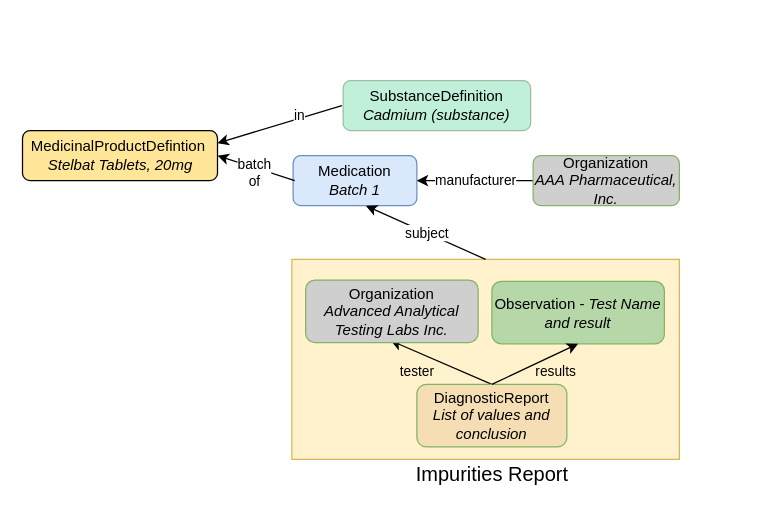
Earlier version of the draw.io diagram input/images-source/impurities_FHIR_resources.drawio (HL7/uv-dx-pq). Source tidied: cells renumbered, new cells numbered last; positions are measured from the earlier drawing's top-left corner, leaving out a move shared by most shapes. Both pictures are drawn from the tidied source at 125%, with x=0, y=0 at pixel (21, 80).
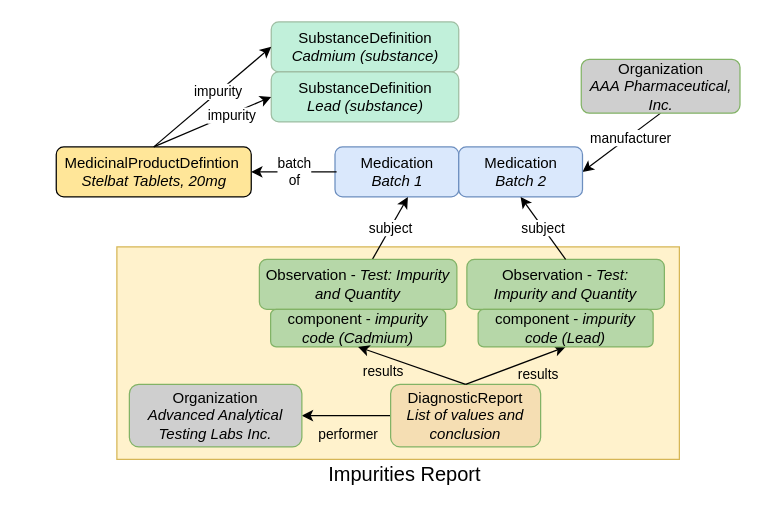
After the change.

Change to the diagram source:
```diff
@@
     <mxCell id="2" style="rounded=0;whiteSpace=wrap;html=1;fillColor=#fff2cc;strokeColor=#d6b656;" parent="1" vertex="1">
-      <mxGeometry x="216" y="143" width="310" height="160" as="geometry" />
+      <mxGeometry x="76" y="133" width="450" height="170" as="geometry" />
     </mxCell>
-    <mxCell id="3" value="tester" style="endArrow=classic;html=1;rounded=0;exitX=0.5;exitY=0;exitDx=0;exitDy=0;entryX=0.5;entryY=1;entryDx=0;entryDy=0;labelBackgroundColor=none;" parent="1" edge="1" source="5">
-      <mxGeometry x="0.34" y="15" relative="1" as="geometry">
-        <mxPoint x="295" y="208" as="targetPoint" />
-      </mxGeometry>
+    <mxCell id="3" value="performer" style="endArrow=classic;html=1;rounded=0;exitX=0;exitY=0.5;exitDx=0;exitDy=0;entryX=1;entryY=0.5;entryDx=0;entryDy=0;labelBackgroundColor=none;" parent="1" edge="1" source="5" target="16">
+      <mxGeometry x="-0.03" y="15" relative="1" as="geometry" />
     </mxCell>
     <mxCell id="4" value="MedicinalProductDefintion&amp;nbsp;&lt;br&gt;&lt;i style=&quot;border-color: var(--border-color);&quot;&gt;Stelbat Tablets, 20mg&lt;/i&gt;" style="rounded=1;whiteSpace=wrap;html=1;fontSize=12;glass=0;strokeWidth=1;shadow=0;fillColor=#ffe699;" parent="1" vertex="1">
-      <mxGeometry x="0.5" y="40" width="156" height="40" as="geometry" />
+      <mxGeometry x="27.5" y="53" width="156" height="40" as="geometry" />
     </mxCell>
     <mxCell id="5" value="DiagnosticReport&lt;br&gt;&lt;i&gt;List of values and conclusion&lt;/i&gt;" style="rounded=1;whiteSpace=wrap;html=1;fontSize=12;glass=0;strokeWidth=1;shadow=0;fillColor=#F5DEB3;strokeColor=#82b366;" parent="1" vertex="1">
-      <mxGeometry x="316" y="243" width="120" height="50" as="geometry" />
+      <mxGeometry x="295" y="243" width="120" height="50" as="geometry" />
     </mxCell>
     <mxCell id="6" value="Medication&lt;br&gt;&lt;i&gt;Batch 1&lt;/i&gt;" style="rounded=1;whiteSpace=wrap;html=1;fontSize=12;glass=0;strokeWidth=1;shadow=0;fillColor=#dae8fc;strokeColor=#6c8ebf;" parent="1" vertex="1">
-      <mxGeometry x="217" y="60" width="99" height="40" as="geometry" />
+      <mxGeometry x="250.5" y="53" width="99" height="40" as="geometry" />
     </mxCell>
@@
-    <mxCell id="9" value="subject" style="endArrow=classic;html=1;rounded=0;entryX=0.589;entryY=1.005;entryDx=0;entryDy=0;exitX=0.5;exitY=0;exitDx=0;exitDy=0;entryPerimeter=0;" parent="1" edge="1" source="2" target="6">
+    <mxCell id="9" value="subject" style="endArrow=classic;html=1;rounded=0;entryX=0.589;entryY=1.005;entryDx=0;entryDy=0;entryPerimeter=0;" parent="1" edge="1" source="20" target="6">
       <mxGeometry relative="1" as="geometry" />
     </mxCell>
-    <mxCell id="10" value="Observation - &lt;i&gt;Test Name and result&lt;/i&gt;" style="rounded=1;whiteSpace=wrap;html=1;fontSize=12;glass=0;strokeWidth=1;shadow=0;fillColor=#b6d7a8;strokeColor=#82b366;" parent="1" vertex="1">
-      <mxGeometry x="376" y="160.5" width="138" height="50" as="geometry" />
+    <mxCell id="10" value="Observation -&amp;nbsp;&lt;i style=&quot;border-color: var(--border-color);&quot;&gt;Test: Impurity&amp;nbsp;and Quantity&lt;/i&gt;" style="rounded=1;whiteSpace=wrap;html=1;fontSize=12;glass=0;strokeWidth=1;shadow=0;fillColor=#b6d7a8;strokeColor=#82b366;" parent="1" vertex="1">
+      <mxGeometry x="356" y="143" width="158" height="40" as="geometry" />
     </mxCell>
-    <mxCell id="11" value="results" style="endArrow=classic;html=1;rounded=0;exitX=0.5;exitY=0;exitDx=0;exitDy=0;entryX=0.5;entryY=1;entryDx=0;entryDy=0;labelBackgroundColor=none;" parent="1" edge="1" source="5" target="10">
+    <mxCell id="11" value="results" style="endArrow=classic;html=1;rounded=0;exitX=0.5;exitY=0;exitDx=0;exitDy=0;entryX=0.5;entryY=1;entryDx=0;entryDy=0;labelBackgroundColor=none;" parent="1" edge="1" source="5" target="19">
       <mxGeometry x="0.3" y="-12" relative="1" as="geometry">
         <mxPoint x="1" as="offset" />
       </mxGeometry>
     </mxCell>
-    <mxCell id="12" value="manufacturer" style="endArrow=classic;html=1;rounded=0;entryX=1;entryY=0.5;entryDx=0;entryDy=0;" parent="1" edge="1" source="17" target="6">
-      <mxGeometry x="-0.01" relative="1" as="geometry" />
+    <mxCell id="12" value="manufacturer" style="endArrow=classic;html=1;rounded=0;entryX=1;entryY=0.5;entryDx=0;entryDy=0;exitX=0.5;exitY=1;exitDx=0;exitDy=0;" parent="1" edge="1" source="17" target="18">
+      <mxGeometry x="-0.21" y="2" relative="1" as="geometry" />
     </mxCell>
-    <mxCell id="13" value="in" style="endArrow=classic;html=1;rounded=0;entryX=1;entryY=0.25;entryDx=0;entryDy=0;exitX=0;exitY=0.5;exitDx=0;exitDy=0;" parent="1" edge="1" target="4">
-      <mxGeometry x="-0.33" y="-2" relative="1" as="geometry">
-        <mxPoint x="256" y="20" as="sourcePoint" />
-      </mxGeometry>
-    </mxCell>
     <mxCell id="14" value="SubstanceDefinition&lt;br&gt;&lt;i style=&quot;border-color: var(--border-color);&quot;&gt;Cadmium (substance)&lt;/i&gt;" style="rounded=1;whiteSpace=wrap;html=1;fontSize=12;glass=0;strokeWidth=1;shadow=0;fillColor=#c1f0da;strokeColor=#9ebda2;" parent="1" vertex="1">
-      <mxGeometry x="257" width="150" height="40" as="geometry" />
+      <mxGeometry x="199.5" y="-47" width="150" height="40" as="geometry" />
     </mxCell>
     <mxCell id="15" value="&lt;font style=&quot;font-size: 16px;&quot;&gt;Impurities Report&lt;/font&gt;" style="text;strokeColor=none;fillColor=none;html=1;fontSize=24;fontStyle=0;verticalAlign=middle;align=center;" parent="1" vertex="1">
-      <mxGeometry x="326" y="293" width="100" height="40" as="geometry" />
+      <mxGeometry x="256" y="293" width="100" height="40" as="geometry" />
     </mxCell>
     <mxCell id="16" value="Organization&lt;br&gt;&lt;i&gt;Advanced Analytical Testing Labs Inc.&lt;/i&gt;" style="rounded=1;whiteSpace=wrap;html=1;fontSize=12;glass=0;strokeWidth=1;shadow=0;fillColor=#cfcfcf;strokeColor=#82b366;" parent="1" vertex="1">
-      <mxGeometry x="227" y="159.5" width="138" height="50" as="geometry" />
+      <mxGeometry x="86" y="243" width="138" height="50" as="geometry" />
     </mxCell>
     <mxCell id="17" value="Organization&lt;br&gt;&lt;i&gt;AAA&amp;nbsp;Pharmaceutical, Inc.&lt;/i&gt;" style="rounded=1;whiteSpace=wrap;html=1;fontSize=12;glass=0;strokeWidth=1;shadow=0;fillColor=#cfcfcf;strokeColor=#82b366;" parent="1" vertex="1">
-      <mxGeometry x="409" y="60" width="117" height="40" as="geometry" />
+      <mxGeometry x="447.5" y="-17" width="127" height="43" as="geometry" />
     </mxCell>
+    <mxCell id="18" value="Medication&lt;br&gt;&lt;i&gt;Batch 2&lt;/i&gt;" style="rounded=1;whiteSpace=wrap;html=1;fontSize=12;glass=0;strokeWidth=1;shadow=0;fillColor=#dae8fc;strokeColor=#6c8ebf;" parent="1" vertex="1">
+      <mxGeometry x="349.5" y="53" width="99" height="40" as="geometry" />
+    </mxCell>
+    <mxCell id="19" value="component - &lt;i&gt;impurity code (Lead)&lt;/i&gt;" style="rounded=1;whiteSpace=wrap;html=1;fontSize=12;glass=0;strokeWidth=1;shadow=0;fillColor=#b6d7a8;strokeColor=#82b366;" parent="1" vertex="1">
+      <mxGeometry x="365" y="183" width="140" height="30" as="geometry" />
+    </mxCell>
+    <mxCell id="20" value="Observation - &lt;i&gt;Test: Impurity and Quantity&lt;/i&gt;" style="rounded=1;whiteSpace=wrap;html=1;fontSize=12;glass=0;strokeWidth=1;shadow=0;fillColor=#b6d7a8;strokeColor=#82b366;" parent="1" vertex="1">
+      <mxGeometry x="190" y="143" width="158" height="40" as="geometry" />
+    </mxCell>
+    <mxCell id="21" value="component - &lt;i&gt;impurity code (Cadmium)&lt;/i&gt;" style="rounded=1;whiteSpace=wrap;html=1;fontSize=12;glass=0;strokeWidth=1;shadow=0;fillColor=#b6d7a8;strokeColor=#82b366;" parent="1" vertex="1">
+      <mxGeometry x="199" y="183" width="140" height="30" as="geometry" />
+    </mxCell>
+    <mxCell id="22" value="results" style="endArrow=classic;html=1;rounded=0;entryX=0.5;entryY=1;entryDx=0;entryDy=0;labelBackgroundColor=none;exitX=0.5;exitY=0;exitDx=0;exitDy=0;" parent="1" edge="1" source="5" target="21">
+      <mxGeometry x="0.45" y="12" relative="1" as="geometry" />
+    </mxCell>
+    <mxCell id="23" value="subject" style="endArrow=classic;html=1;rounded=0;entryX=0.5;entryY=1;entryDx=0;entryDy=0;exitX=0.5;exitY=0;exitDx=0;exitDy=0;" parent="1" edge="1" source="10" target="18">
+      <mxGeometry relative="1" as="geometry" />
+    </mxCell>
+    <mxCell id="24" value="SubstanceDefinition&lt;br&gt;&lt;i style=&quot;border-color: var(--border-color);&quot;&gt;Lead (substance)&lt;/i&gt;" style="rounded=1;whiteSpace=wrap;html=1;fontSize=12;glass=0;strokeWidth=1;shadow=0;fillColor=#c1f0da;strokeColor=#9ebda2;" parent="1" vertex="1">
+      <mxGeometry x="199.5" y="-7" width="150" height="40" as="geometry" />
+    </mxCell>
+    <mxCell id="25" style="endArrow=classic;html=1;rounded=0;exitX=0.5;exitY=0;exitDx=0;exitDy=0;entryX=0;entryY=0.5;entryDx=0;entryDy=0;" parent="1" edge="1" source="4" target="14">
+      <mxGeometry relative="1" as="geometry" />
+    </mxCell>
+    <mxCell id="26" value="impurity" style="edgeLabel;html=1;align=center;verticalAlign=middle;" parent="25" vertex="1">
+      <mxGeometry x="-0.4" y="1" relative="1" as="geometry">
+        <mxPoint x="23" y="-20" as="offset" />
+      </mxGeometry>
+    </mxCell>
+    <mxCell id="27" style="endArrow=classic;html=1;rounded=0;exitX=0.5;exitY=0;exitDx=0;exitDy=0;entryX=0;entryY=0.5;entryDx=0;entryDy=0;" parent="1" edge="1" source="4" target="24">
+      <mxGeometry relative="1" as="geometry" />
+    </mxCell>
+    <mxCell id="28" value="impurity" style="edgeLabel;html=1;align=center;verticalAlign=middle;" parent="27" vertex="1">
+      <mxGeometry x="-0.4" y="1" relative="1" as="geometry">
+        <mxPoint x="34" y="-12" as="offset" />
+      </mxGeometry>
+    </mxCell>
```
